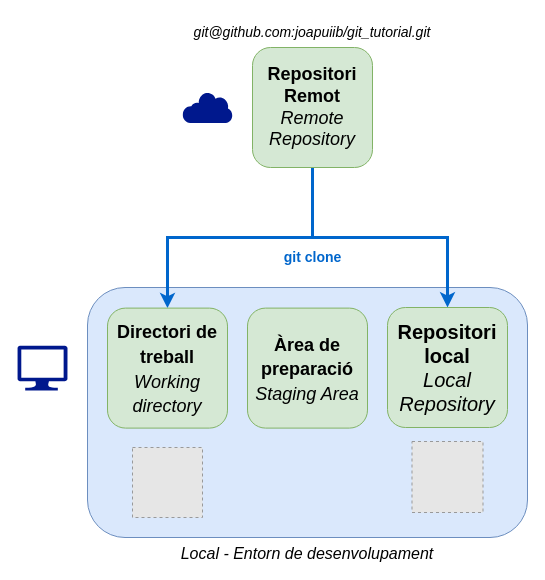
joapuiib/curs-git keeps this draw.io diagram as docs/apunts/img/remots/clone.drawio. Above is the earlier version. Source tidied: cells renumbered, new cells numbered last; positions are measured from the earlier drawing's top-left corner, leaving out a move shared by most shapes. Both pictures are drawn from the tidied source at 100%, with x=0, y=0 at pixel (17, 17). Pictures stored in the file or linked from it are replaced by grey dashed boxes.
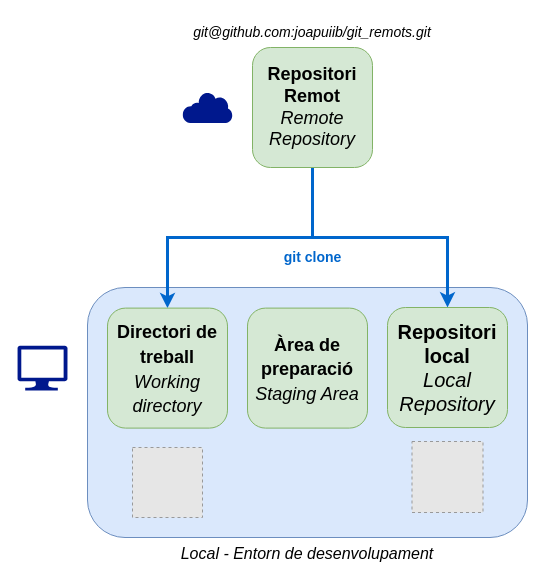
Above is the later version.

Commit message (it also covers changes not shown here):
bloc 3: push i clone

What changed in the source:
```diff
@@
 <mxGraphModel>
   <root>
     <mxCell id="0" />
     <mxCell id="1" parent="0" />
     <mxCell id="2" value="&lt;i&gt;Local - Entorn de desenvolupament&lt;/i&gt;" style="rounded=1;whiteSpace=wrap;html=1;verticalAlign=top;labelPosition=center;verticalLabelPosition=bottom;align=center;textDirection=ltr;labelBackgroundColor=none;spacingTop=0;spacing=2;fontSize=16;fillColor=#dae8fc;strokeColor=#6c8ebf;" parent="1" vertex="1">
       <mxGeometry x="70" y="270" width="440" height="250" as="geometry" />
     </mxCell>
     <mxCell id="3" style="sketch=0;shadow=0;dashed=0;html=1;strokeColor=none;labelPosition=center;verticalLabelPosition=bottom;verticalAlign=top;align=center;fillColor=#00188D;shape=mxgraph.mscae.enterprise.internet;" parent="1" vertex="1">
       <mxGeometry x="165" y="74.5" width="50" height="31" as="geometry" />
     </mxCell>
     <mxCell id="4" style="sketch=0;shadow=0;dashed=0;html=1;strokeColor=none;labelPosition=center;verticalLabelPosition=bottom;verticalAlign=top;align=center;fillColor=#00188D;shape=mxgraph.azure.computer;" parent="1" vertex="1">
       <mxGeometry y="328.1" width="50" height="45" as="geometry" />
     </mxCell>
     <mxCell id="5" style="edgeStyle=orthogonalEdgeStyle;rounded=0;jettySize=auto;html=1;exitX=0.5;exitY=1;exitDx=0;exitDy=0;strokeWidth=3;fillColor=#dae8fc;strokeColor=#0066CC;" parent="1" edge="1" source="7" target="8">
       <mxGeometry relative="1" as="geometry" />
     </mxCell>
     <mxCell id="6" value="git clone" style="edgeStyle=orthogonalEdgeStyle;rounded=0;jettySize=auto;html=1;exitX=0.5;exitY=1;exitDx=0;exitDy=0;fontSize=14;strokeWidth=3;fillColor=#dae8fc;strokeColor=#0066CC;fontStyle=1;fontColor=#0066CC;" parent="1" edge="1" source="7" target="10">
       <mxGeometry x="-0.51" y="20" relative="1" as="geometry">
         <Array as="points">
           <mxPoint x="295" y="220" />
           <mxPoint x="150" y="220" />
         </Array>
       </mxGeometry>
     </mxCell>
     <mxCell id="7" value="&lt;b style=&quot;font-size: 18px;&quot;&gt;Repositori Remot&lt;/b&gt;&lt;br style=&quot;font-size: 18px;&quot;&gt;&lt;i style=&quot;font-size: 18px;&quot;&gt;Remote Repository&lt;/i&gt;" style="rounded=1;whiteSpace=wrap;html=1;fontSize=18;fillColor=#d5e8d4;strokeColor=#82b366;" parent="1" vertex="1">
       <mxGeometry x="235" y="30" width="120" height="120" as="geometry" />
     </mxCell>
     <mxCell id="8" value="&lt;b&gt;Repositori local&lt;/b&gt;&lt;i&gt;&lt;br&gt;Local Repository&lt;/i&gt;" style="rounded=1;whiteSpace=wrap;html=1;fontSize=20;fillColor=#d5e8d4;strokeColor=#82b366;" parent="1" vertex="1">
       <mxGeometry x="370" y="290" width="120" height="120" as="geometry" />
     </mxCell>
     <mxCell id="9" value="&lt;b style=&quot;border-color: var(--border-color); font-size: 18px;&quot;&gt;Àrea de preparació&lt;/b&gt;&lt;br style=&quot;border-color: var(--border-color); font-size: 18px;&quot;&gt;&lt;i style=&quot;border-color: var(--border-color); font-size: 18px;&quot;&gt;Staging Area&lt;/i&gt;" style="rounded=1;whiteSpace=wrap;html=1;fontSize=20;fillColor=#d5e8d4;strokeColor=#82b366;" parent="1" vertex="1">
       <mxGeometry x="230" y="290.6" width="120" height="120" as="geometry" />
     </mxCell>
     <mxCell id="10" value="&lt;b style=&quot;border-color: var(--border-color); font-size: 18px;&quot;&gt;Directori de treball&lt;/b&gt;&lt;br style=&quot;border-color: var(--border-color); font-size: 18px;&quot;&gt;&lt;i style=&quot;border-color: var(--border-color); font-size: 18px;&quot;&gt;Working directory&lt;/i&gt;" style="rounded=1;whiteSpace=wrap;html=1;fontSize=20;fillColor=#d5e8d4;strokeColor=#82b366;" parent="1" vertex="1">
       <mxGeometry x="90" y="290.6" width="120" height="120" as="geometry" />
     </mxCell>
     <mxCell id="11" style="fillColor=#E6E6E6;strokeColor=#999999;dashed=1;verticalLabelPosition=bottom;verticalAlign=top;" parent="1" vertex="1">
       <mxGeometry x="115" y="430" width="70" height="70" as="geometry" />
     </mxCell>
     <mxCell id="12" style="fillColor=#E6E6E6;strokeColor=#999999;dashed=1;verticalLabelPosition=bottom;verticalAlign=top;" parent="1" vertex="1">
       <mxGeometry x="394.5" y="424" width="71" height="71" as="geometry" />
     </mxCell>
-    <mxCell id="13" value="git@github.com:joapuiib/git_tutorial.git" style="text;html=1;strokeColor=none;fillColor=none;align=center;verticalAlign=middle;whiteSpace=wrap;rounded=0;fontSize=14;fontStyle=2;" parent="1" vertex="1">
+    <mxCell id="13" value="git@github.com:joapuiib/git_remots.git" style="text;html=1;strokeColor=none;fillColor=none;align=center;verticalAlign=middle;whiteSpace=wrap;rounded=0;fontSize=14;fontStyle=2;" parent="1" vertex="1">
       <mxGeometry x="115" width="360" height="30" as="geometry" />
     </mxCell>
   </root>
 </mxGraphModel>
```
